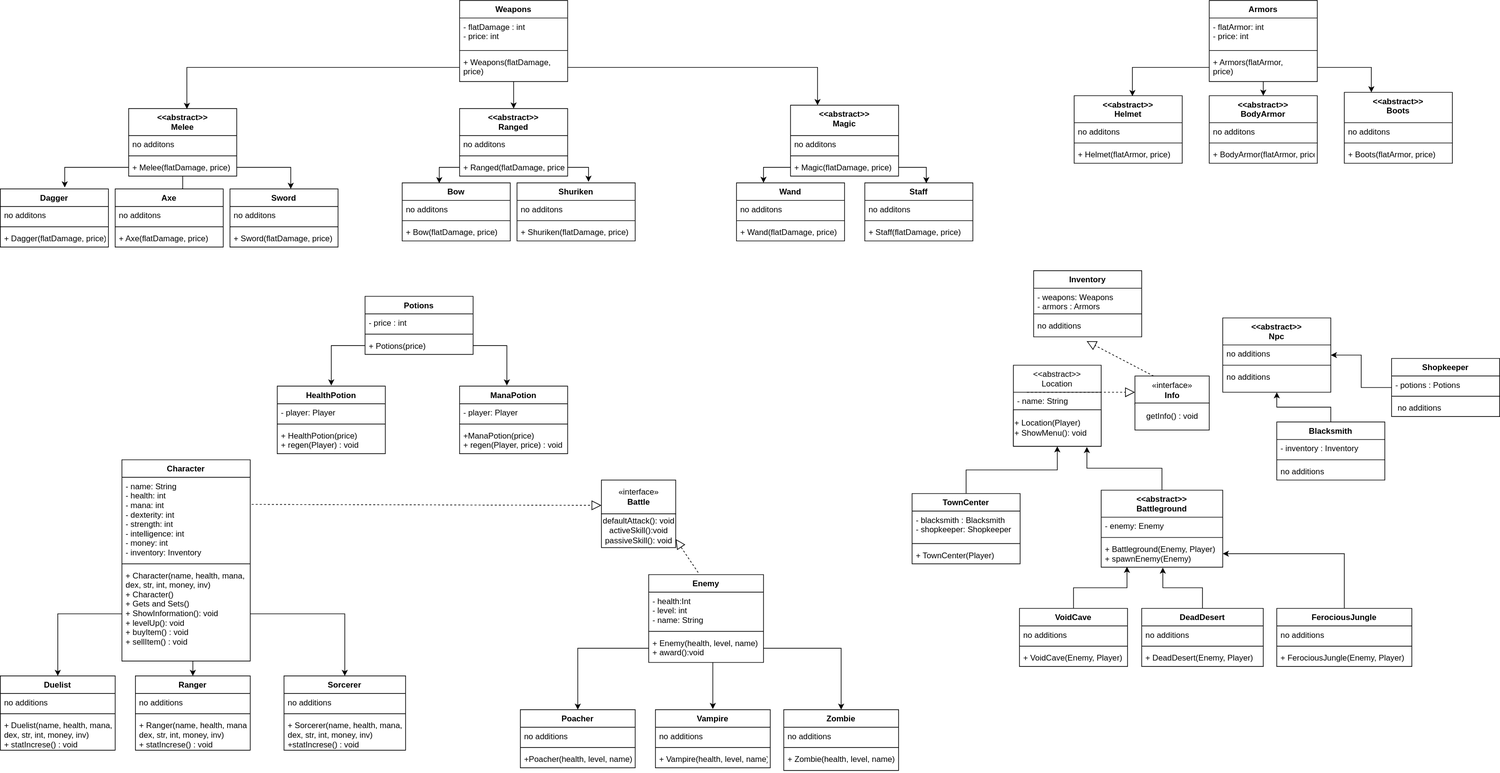
Before: OOPrinciplesAG.drawio.svg, a diagram exported from draw.io (umutaan50/OOPrinciplesProjectAG). Source tidied: cells renumbered, new cells last; positions are measured from the earlier drawing's top-left corner, leaving out a move shared by most shapes.
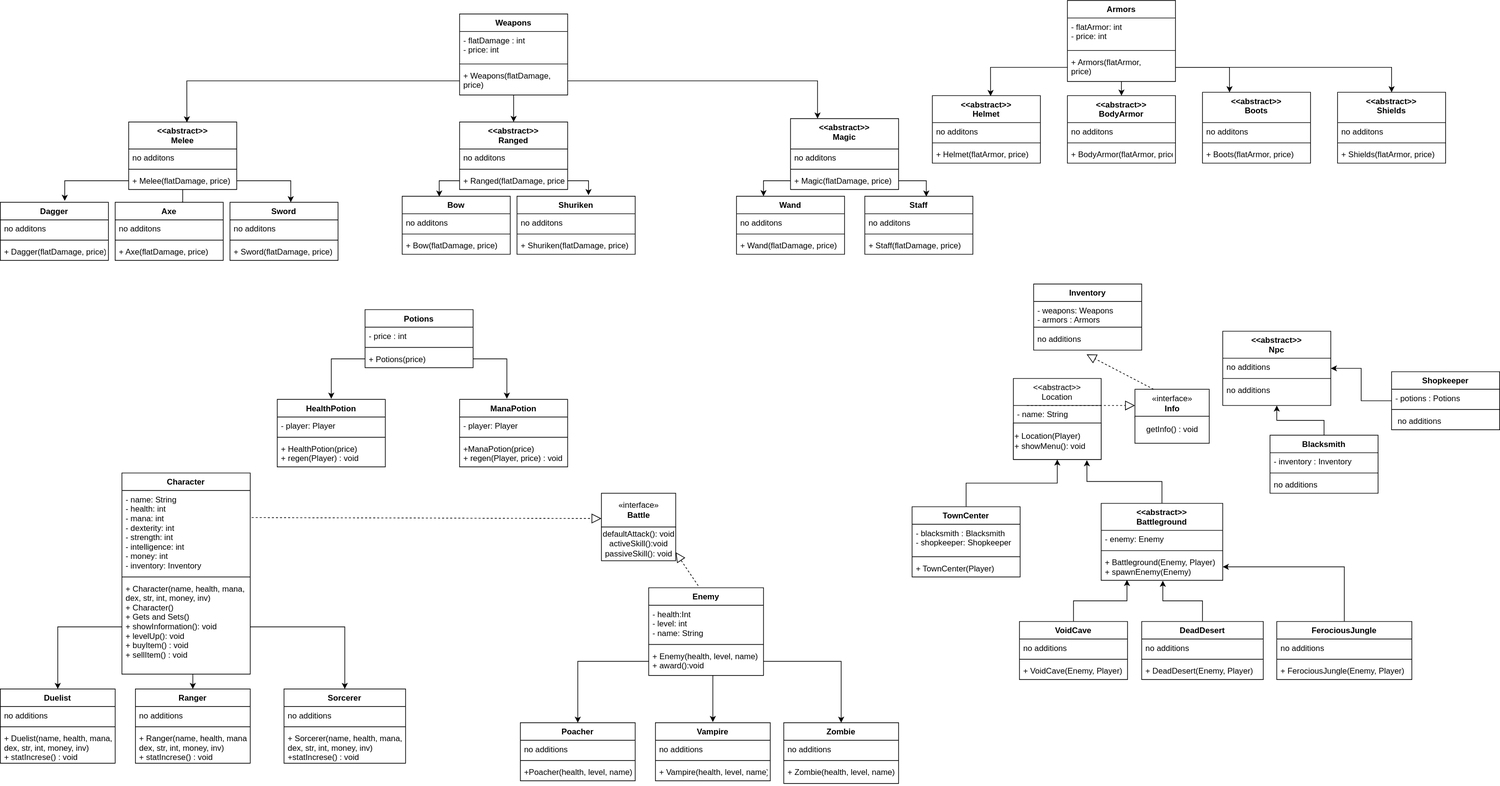
After the commit.

Diff of the diagram source:
```diff
@@ -19,7 +19,7 @@
     <mxCell id="5" style="line;strokeWidth=1;fillColor=none;align=left;verticalAlign=middle;spacingTop=-1;spacingLeft=3;spacingRight=3;labelPosition=right;" parent="3" vertex="1">
       <mxGeometry y="150" width="190" height="8" as="geometry" />
     </mxCell>
-    <mxCell id="6" value="+ Character(name, health, mana,&#10;dex, str, int, money, inv)&#10;+ Character()&#10;+ Gets and Sets()&#10;+ ShowInformation(): void&#10;+ levelUp(): void&#10;+ buyItem() : void&#10;+ sellItem() : void&#10;" style="text;strokeColor=none;fillColor=none;align=left;verticalAlign=top;spacingLeft=4;spacingRight=4;overflow=hidden;points=[[0,0.5],[1,0.5]];portConstraint=eastwest;" parent="3" vertex="1">
+    <mxCell id="6" value="+ Character(name, health, mana,&#10;dex, str, int, money, inv)&#10;+ Character()&#10;+ Gets and Sets()&#10;+ showInformation(): void&#10;+ levelUp(): void&#10;+ buyItem() : void&#10;+ sellItem() : void&#10;" style="text;strokeColor=none;fillColor=none;align=left;verticalAlign=top;spacingLeft=4;spacingRight=4;overflow=hidden;points=[[0,0.5],[1,0.5]];portConstraint=eastwest;" parent="3" vertex="1">
       <mxGeometry y="158" width="190" height="140" as="geometry" />
     </mxCell>
     <mxCell id="7" value="&lt;&lt;abstract&gt;&gt;&#10;Location" style="swimlane;fontStyle=0;horizontal=1;startSize=40;fillColor=none;" parent="1" vertex="1">
@@ -28,7 +28,7 @@
     <mxCell id="8" value="- name: String " style="text;strokeColor=none;fillColor=none;align=left;verticalAlign=top;spacingLeft=4;spacingRight=4;overflow=hidden;" parent="7" vertex="1">
       <mxGeometry y="40" width="130" height="26" as="geometry" />
     </mxCell>
-    <mxCell id="9" value="+ Location(Player)&lt;br&gt;+ ShowMenu(): void&amp;nbsp;" style="rounded=0;whiteSpace=wrap;html=1;align=left;" parent="7" vertex="1">
+    <mxCell id="9" value="+ Location(Player)&lt;br&gt;+ showMenu(): void&amp;nbsp;" style="rounded=0;whiteSpace=wrap;html=1;align=left;" parent="7" vertex="1">
       <mxGeometry y="66" width="130" height="54" as="geometry" />
     </mxCell>
     <mxCell id="10" style="edgeStyle=orthogonalEdgeStyle;rounded=0;jettySize=auto;html=1;" parent="1" edge="1" source="11" target="7">
@@ -62,7 +62,7 @@
       <mxGeometry relative="1" as="geometry" />
     </mxCell>
     <mxCell id="20" value="Blacksmith" style="swimlane;fontStyle=1;align=center;verticalAlign=top;horizontal=1;startSize=26;" parent="1" vertex="1">
-      <mxGeometry x="1890" y="624" width="160" height="86" as="geometry" />
+      <mxGeometry x="1880" y="624" width="160" height="86" as="geometry" />
     </mxCell>
     <mxCell id="21" value="- inventory : Inventory" style="text;strokeColor=none;fillColor=none;align=left;verticalAlign=top;spacingLeft=4;spacingRight=4;overflow=hidden;" parent="20" vertex="1">
       <mxGeometry y="26" width="160" height="26" as="geometry" />
@@ -74,7 +74,12 @@
       <mxGeometry y="60" width="160" height="26" as="geometry" />
     </mxCell>
     <mxCell id="24" style="edgeStyle=orthogonalEdgeStyle;rounded=0;jettySize=auto;html=1;" parent="1" edge="1" source="25" target="15">
-      <mxGeometry relative="1" as="geometry" />
+      <mxGeometry relative="1" as="geometry">
+        <Array as="points">
+          <mxPoint x="2015" y="573" />
+          <mxPoint x="2015" y="525" />
+        </Array>
+      </mxGeometry>
     </mxCell>
     <mxCell id="25" value="Shopkeeper" style="swimlane;fontStyle=1;align=center;verticalAlign=top;horizontal=1;startSize=26;" parent="1" vertex="1">
       <mxGeometry x="2060" y="530" width="160" height="86" as="geometry" />
@@ -408,7 +413,7 @@
       <mxGeometry relative="1" as="geometry" />
     </mxCell>
     <mxCell id="132" value="Armors" style="swimlane;fontStyle=1;align=center;verticalAlign=top;horizontal=1;startSize=26;" parent="1" vertex="1">
-      <mxGeometry x="1790" width="160" height="120" as="geometry" />
+      <mxGeometry x="1580" y="-20" width="160" height="120" as="geometry" />
     </mxCell>
     <mxCell id="133" value="- flatArmor: int&#10;- price: int" style="text;strokeColor=none;fillColor=none;align=left;verticalAlign=top;spacingLeft=4;spacingRight=4;overflow=hidden;" parent="132" vertex="1">
       <mxGeometry y="26" width="160" height="44" as="geometry" />
@@ -420,7 +425,7 @@
       <mxGeometry y="78" width="160" height="42" as="geometry" />
     </mxCell>
     <mxCell id="136" value="&lt;&lt;abstract&gt;&gt;&#10;Helmet" style="swimlane;fontStyle=1;align=center;verticalAlign=top;horizontal=1;startSize=40;" parent="1" vertex="1">
-      <mxGeometry x="1590" y="141" width="160" height="100" as="geometry" />
+      <mxGeometry x="1380" y="121" width="160" height="100" as="geometry" />
     </mxCell>
     <mxCell id="137" value="no additons" style="text;strokeColor=none;fillColor=none;align=left;verticalAlign=top;spacingLeft=4;spacingRight=4;overflow=hidden;" parent="136" vertex="1">
       <mxGeometry y="40" width="160" height="26" as="geometry" />
@@ -432,7 +437,7 @@
       <mxGeometry y="74" width="160" height="26" as="geometry" />
     </mxCell>
     <mxCell id="140" value="&lt;&lt;abstract&gt;&gt;&#10;BodyArmor" style="swimlane;fontStyle=1;align=center;verticalAlign=top;horizontal=1;startSize=40;" parent="1" vertex="1">
-      <mxGeometry x="1790" y="141" width="160" height="100" as="geometry" />
+      <mxGeometry x="1580" y="121" width="160" height="100" as="geometry" />
     </mxCell>
     <mxCell id="141" value="no additons" style="text;strokeColor=none;fillColor=none;align=left;verticalAlign=top;spacingLeft=4;spacingRight=4;overflow=hidden;" parent="140" vertex="1">
       <mxGeometry y="40" width="160" height="26" as="geometry" />
@@ -444,7 +449,7 @@
       <mxGeometry y="74" width="160" height="26" as="geometry" />
     </mxCell>
     <mxCell id="144" value="&lt;&lt;abstract&gt;&gt;&#10;Boots" style="swimlane;fontStyle=1;align=center;verticalAlign=top;horizontal=1;startSize=45;" parent="1" vertex="1">
-      <mxGeometry x="1990" y="136" width="160" height="105" as="geometry" />
+      <mxGeometry x="1780" y="116" width="160" height="105" as="geometry" />
     </mxCell>
     <mxCell id="145" value="no additons" style="text;strokeColor=none;fillColor=none;align=left;verticalAlign=top;spacingLeft=4;spacingRight=4;overflow=hidden;" parent="144" vertex="1">
       <mxGeometry y="45" width="160" height="26" as="geometry" />
@@ -558,5 +563,20 @@
     <mxCell id="180" style="edgeStyle=orthogonalEdgeStyle;rounded=0;jettySize=auto;html=1;entryX=0.5;entryY=0;entryDx=0;entryDy=0;" parent="1" edge="1" source="6" target="175">
       <mxGeometry relative="1" as="geometry" />
     </mxCell>
+    <mxCell id="181" value="&lt;&lt;abstract&gt;&gt;&#10;Shields" style="swimlane;fontStyle=1;align=center;verticalAlign=top;horizontal=1;startSize=45;" parent="1" vertex="1">
+      <mxGeometry x="1980" y="116" width="160" height="105" as="geometry" />
+    </mxCell>
+    <mxCell id="182" value="no additons" style="text;strokeColor=none;fillColor=none;align=left;verticalAlign=top;spacingLeft=4;spacingRight=4;overflow=hidden;" parent="181" vertex="1">
+      <mxGeometry y="45" width="160" height="26" as="geometry" />
+    </mxCell>
+    <mxCell id="183" style="line;strokeWidth=1;fillColor=none;align=left;verticalAlign=middle;spacingTop=-1;spacingLeft=3;spacingRight=3;labelPosition=right;" parent="181" vertex="1">
+      <mxGeometry y="71" width="160" height="8" as="geometry" />
+    </mxCell>
+    <mxCell id="184" value="+ Shields(flatArmor, price)" style="text;strokeColor=none;fillColor=none;align=left;verticalAlign=top;spacingLeft=4;spacingRight=4;overflow=hidden;" parent="181" vertex="1">
+      <mxGeometry y="79" width="160" height="26" as="geometry" />
+    </mxCell>
+    <mxCell id="185" style="edgeStyle=orthogonalEdgeStyle;rounded=0;jettySize=auto;html=1;entryX=0.5;entryY=0;entryDx=0;entryDy=0;" parent="1" edge="1" source="135" target="181">
+      <mxGeometry relative="1" as="geometry" />
+    </mxCell>
   </root>
 </mxGraphModel>
```
